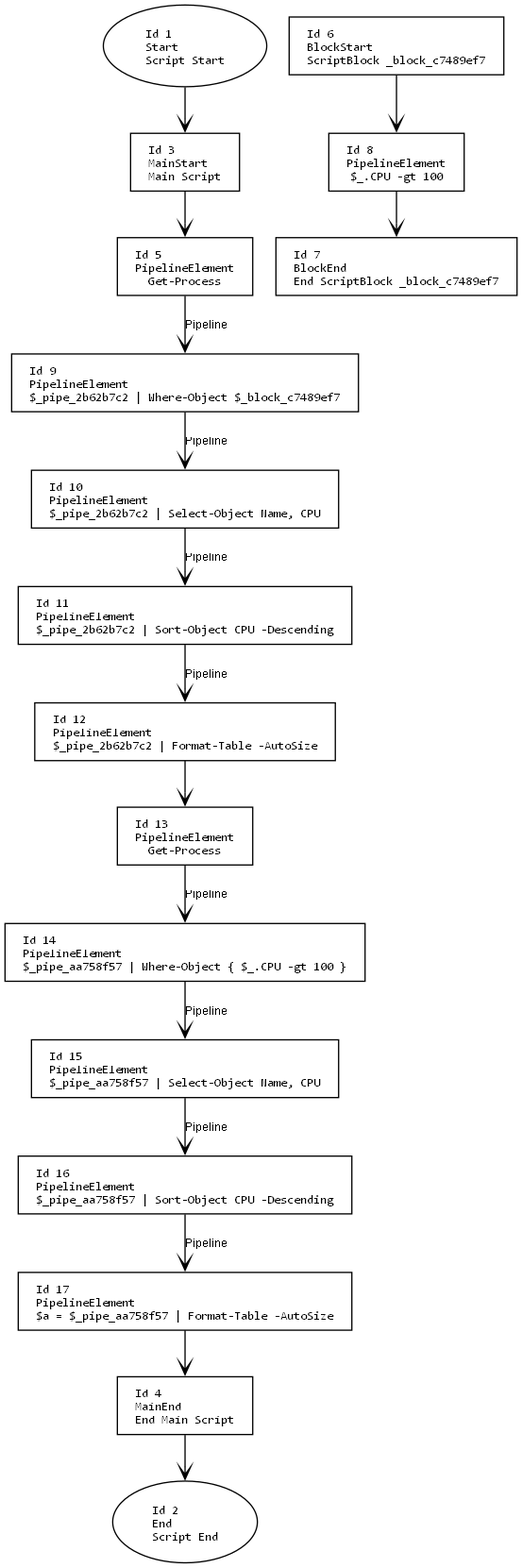
This is in/in.png from mine41/deob, a Graphviz export, as it was before one commit. Its source is kept beside it as in/in.dot.
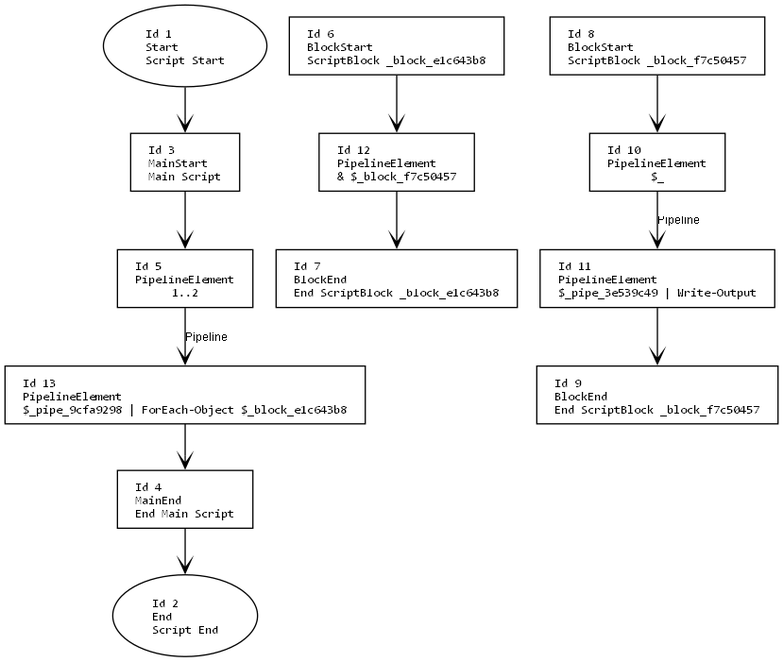
The same diagram one commit later.

Change to the diagram source:
```diff
@@ -14,33 +14,24 @@
     2 [label="Id 2\lEnd\lScript End", shape=oval];
     3 [label="Id 3\lMainStart\lMain Script", shape=box];
     4 [label="Id 4\lMainEnd\lEnd Main Script", shape=box];
-    5 [label="Id 5\lPipelineElement\lGet-Process", shape=box];
-    6 [label="Id 6\lBlockStart\lScriptBlock _block_c7489ef7", shape=box];
-    7 [label="Id 7\lBlockEnd\lEnd ScriptBlock _block_c7489ef7", shape=box];
-    8 [label="Id 8\lPipelineElement\l$_.CPU -gt 100", shape=box];
-    9 [label="Id 9\lPipelineElement\l$_pipe_2b62b7c2 | Where-Object $_block_c7489ef7", shape=box];
-    10 [label="Id 10\lPipelineElement\l$_pipe_2b62b7c2 | Select-Object Name, CPU", shape=box];
-    11 [label="Id 11\lPipelineElement\l$_pipe_2b62b7c2 | Sort-Object CPU -Descending", shape=box];
-    12 [label="Id 12\lPipelineElement\l$_pipe_2b62b7c2 | Format-Table -AutoSize", shape=box];
-    13 [label="Id 13\lPipelineElement\lGet-Process", shape=box];
-    14 [label="Id 14\lPipelineElement\l$_pipe_aa758f57 | Where-Object { $_.CPU -gt 100 }", shape=box];
-    15 [label="Id 15\lPipelineElement\l$_pipe_aa758f57 | Select-Object Name, CPU", shape=box];
-    16 [label="Id 16\lPipelineElement\l$_pipe_aa758f57 | Sort-Object CPU -Descending", shape=box];
-    17 [label="Id 17\lPipelineElement\l$a = $_pipe_aa758f57 | Format-Table -AutoSize", shape=box];
+    5 [label="Id 5\lPipelineElement\l1..2", shape=box];
+    6 [label="Id 6\lBlockStart\lScriptBlock _block_e1c643b8", shape=box];
+    7 [label="Id 7\lBlockEnd\lEnd ScriptBlock _block_e1c643b8", shape=box];
+    8 [label="Id 8\lBlockStart\lScriptBlock _block_f7c50457", shape=box];
+    9 [label="Id 9\lBlockEnd\lEnd ScriptBlock _block_f7c50457", shape=box];
+    10 [label="Id 10\lPipelineElement\l$_", shape=box];
+    11 [label="Id 11\lPipelineElement\l$_pipe_3e539c49 | Write-Output", shape=box];
+    12 [label="Id 12\lPipelineElement\l& $_block_f7c50457", shape=box];
+    13 [label="Id 13\lPipelineElement\l$_pipe_9cfa9298 | ForEach-Object $_block_e1c643b8", shape=box];
 
     1 -> 3;
     3 -> 5;
-    6 -> 8;
-    8 -> 7;
-    5 -> 9 [label="Pipeline"];
-    9 -> 10 [label="Pipeline"];
+    8 -> 10;
     10 -> 11 [label="Pipeline"];
-    11 -> 12 [label="Pipeline"];
-    12 -> 13;
-    13 -> 14 [label="Pipeline"];
-    14 -> 15 [label="Pipeline"];
-    15 -> 16 [label="Pipeline"];
-    16 -> 17 [label="Pipeline"];
-    17 -> 4;
+    11 -> 9;
+    6 -> 12;
+    12 -> 7;
+    5 -> 13 [label="Pipeline"];
+    13 -> 4;
     4 -> 2;
 }
```
